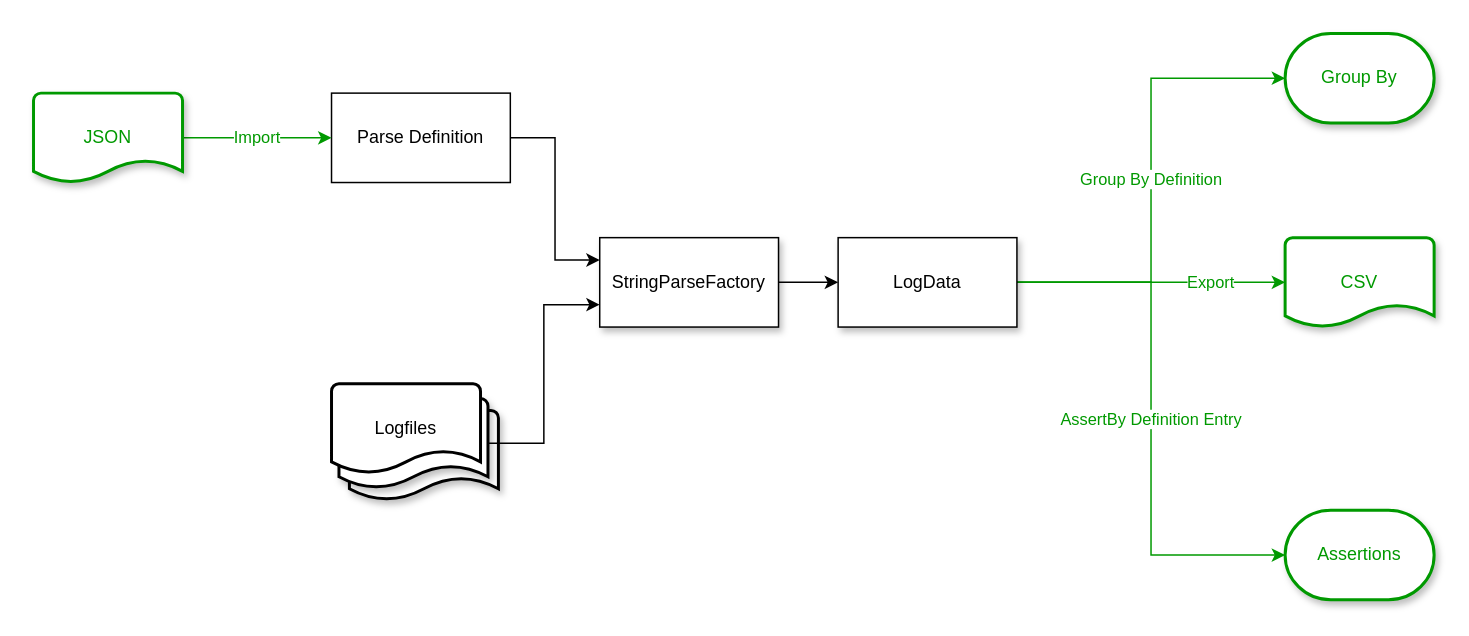
Earlier version of the draw.io diagram page "Processes" (2 of 2) of diagrams/Log_Parser.drawio (adobe/log-parser). Source tidied: cells renumbered, new cells numbered last; positions are measured from the earlier drawing's top-left corner, leaving out a move shared by most shapes. Both pictures are drawn from the tidied source at 149%, with x=0, y=0 at pixel (33, 33).
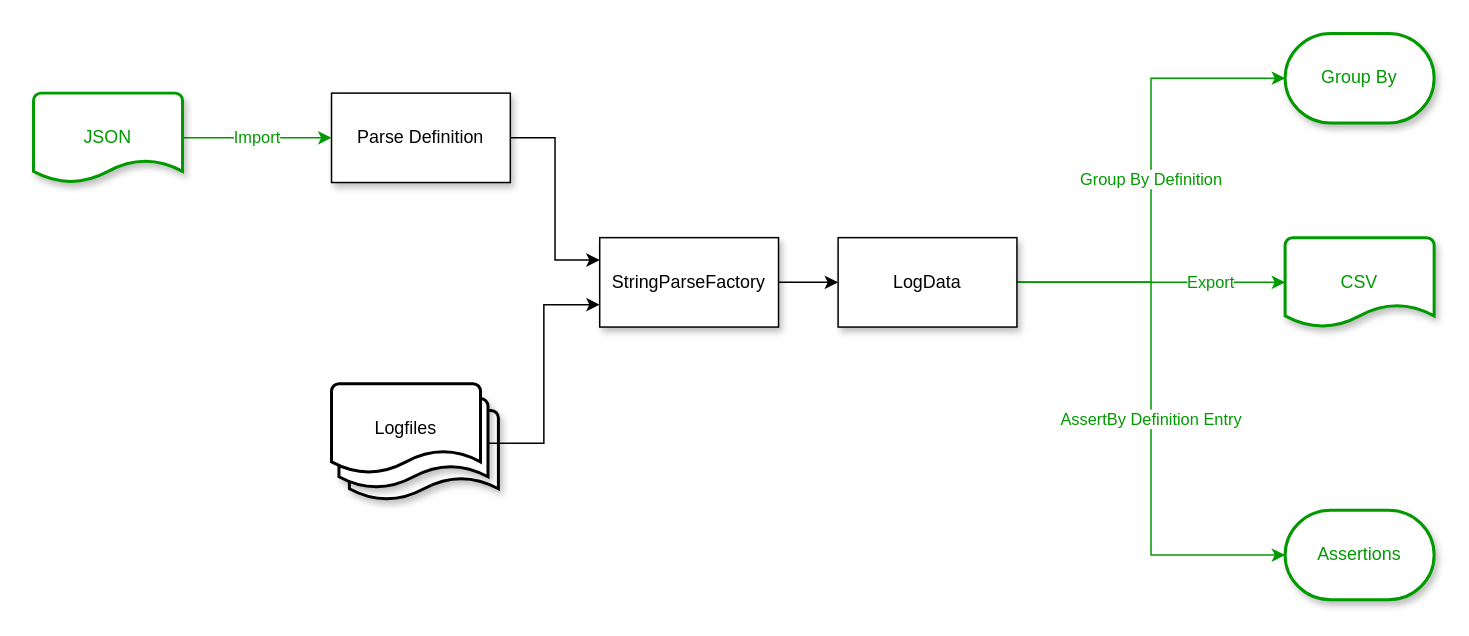
The same diagram, later.

Change to the diagram source:
```diff
@@
-    <mxCell id="3" value="Parse Definition" style="rounded=0;whiteSpace=wrap;html=1;" parent="1" vertex="1">
+    <mxCell id="3" value="Parse Definition" style="rounded=0;whiteSpace=wrap;html=1;shadow=1;" parent="1" vertex="1">
       <mxGeometry x="200" y="40" width="120" height="60" as="geometry" />
     </mxCell>
```
